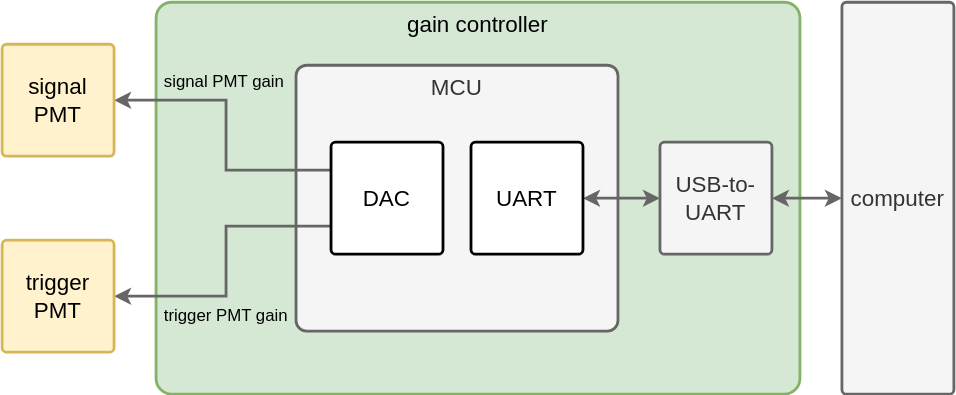
Earlier version of the draw.io export docs/system-architecture.svg (BMW-lab-MSU/wingbeat-modulation-lidar-pmt-gain-controller). Source tidied: cells renumbered, new cells last; positions are measured from the earlier drawing's top-left corner, leaving out a move shared by most shapes. Its diagram source:
```xml
<mxGraphModel>
  <root>
    <mxCell id="0" />
    <mxCell id="1" parent="0" />
    <mxCell id="2" value="gain controller" style="rounded=1;whiteSpace=wrap;html=1;verticalAlign=top;strokeWidth=2;fontFamily=Helvetica;arcSize=4;fontSize=16;fontStyle=0;fillColor=#d5e8d4;strokeColor=#82b366;" parent="1" vertex="1">
      <mxGeometry x="110" width="460" height="280" as="geometry" />
    </mxCell>
    <mxCell id="3" value="MCU" style="rounded=1;whiteSpace=wrap;html=1;labelPosition=center;verticalLabelPosition=middle;align=center;verticalAlign=top;strokeWidth=2;fontFamily=Helvetica;arcSize=4;fontSize=16;fontStyle=0;fillColor=#f5f5f5;strokeColor=#666666;fontColor=#333333;" parent="1" vertex="1">
      <mxGeometry x="210" y="45" width="230" height="190" as="geometry" />
    </mxCell>
    <mxCell id="4" style="edgeStyle=orthogonalEdgeStyle;rounded=0;jettySize=auto;html=1;exitX=0;exitY=0.5;exitDx=0;exitDy=0;entryX=1;entryY=0.5;entryDx=0;entryDy=0;startArrow=classic;startFill=1;strokeWidth=2;fontFamily=Helvetica;arcSize=4;fontSize=12;strokeColor=#666666;" parent="1" edge="1" source="5" target="11">
      <mxGeometry relative="1" as="geometry" />
    </mxCell>
    <mxCell id="5" value="USB-to-UART" style="rounded=1;whiteSpace=wrap;html=1;strokeWidth=2;fontFamily=Helvetica;arcSize=4;fontSize=16;fontStyle=0;fillColor=#f5f5f5;fontColor=#333333;strokeColor=#666666;" parent="1" vertex="1">
      <mxGeometry x="470" y="100" width="80" height="80" as="geometry" />
    </mxCell>
    <mxCell id="6" style="edgeStyle=orthogonalEdgeStyle;rounded=0;jettySize=auto;html=1;exitX=0;exitY=0.5;exitDx=0;exitDy=0;entryX=1;entryY=0.5;entryDx=0;entryDy=0;labelBackgroundColor=none;startArrow=classic;startFill=1;strokeWidth=2;fontFamily=Helvetica;arcSize=4;fontSize=12;strokeColor=#666666;" parent="1" edge="1" source="7" target="5">
      <mxGeometry relative="1" as="geometry" />
    </mxCell>
    <mxCell id="7" value="computer" style="rounded=1;whiteSpace=wrap;html=1;strokeWidth=2;fontFamily=Helvetica;arcSize=4;fontSize=16;fontStyle=0;fillColor=#f5f5f5;fontColor=#333333;strokeColor=#666666;" parent="1" vertex="1">
      <mxGeometry x="600" width="80" height="280" as="geometry" />
    </mxCell>
    <mxCell id="8" value="signal PMT gain" style="edgeStyle=orthogonalEdgeStyle;rounded=0;jettySize=auto;html=1;exitX=0;exitY=0.25;exitDx=0;exitDy=0;startArrow=none;startFill=0;align=left;labelPosition=left;verticalLabelPosition=top;verticalAlign=bottom;spacingRight=4;labelBackgroundColor=none;spacingBottom=4;strokeWidth=2;fontFamily=Helvetica;arcSize=4;fontSize=12;strokeColor=#666666;spacingLeft=4;entryX=1;entryY=0.5;entryDx=0;entryDy=0;" parent="1" edge="1" source="10" target="12">
      <mxGeometry x="0.71" relative="1" as="geometry">
        <Array as="points">
          <mxPoint x="160" y="120" />
          <mxPoint x="160" y="70" />
        </Array>
      </mxGeometry>
    </mxCell>
    <mxCell id="9" value="trigger PMT gain" style="edgeStyle=orthogonalEdgeStyle;rounded=0;jettySize=auto;html=1;exitX=0;exitY=0.75;exitDx=0;exitDy=0;startArrow=none;startFill=0;labelPosition=left;verticalLabelPosition=bottom;align=left;verticalAlign=top;spacingRight=4;labelBackgroundColor=none;strokeWidth=2;fontFamily=Helvetica;arcSize=4;fontSize=12;strokeColor=#666666;spacingLeft=4;entryX=1;entryY=0.5;entryDx=0;entryDy=0;" parent="1" edge="1" source="10" target="13">
      <mxGeometry x="0.71" relative="1" as="geometry">
        <Array as="points">
          <mxPoint x="160" y="160" />
          <mxPoint x="160" y="210" />
        </Array>
      </mxGeometry>
    </mxCell>
    <mxCell id="10" value="DAC" style="rounded=1;whiteSpace=wrap;html=1;strokeWidth=2;fontFamily=Helvetica;arcSize=4;fontSize=16;fontStyle=0;" parent="1" vertex="1">
      <mxGeometry x="235" y="100" width="80" height="80" as="geometry" />
    </mxCell>
    <mxCell id="11" value="UART" style="rounded=1;whiteSpace=wrap;html=1;strokeWidth=2;fontFamily=Helvetica;arcSize=4;fontSize=16;fontStyle=0;" parent="1" vertex="1">
      <mxGeometry x="335" y="100" width="80" height="80" as="geometry" />
    </mxCell>
    <mxCell id="12" value="signal&lt;br&gt;PMT" style="rounded=1;whiteSpace=wrap;html=1;strokeWidth=2;fontFamily=Helvetica;arcSize=4;fontSize=16;fontStyle=0;fillColor=#fff2cc;strokeColor=#d6b656;" parent="1" vertex="1">
      <mxGeometry y="30" width="80" height="80" as="geometry" />
    </mxCell>
    <mxCell id="13" value="trigger&lt;br&gt;PMT" style="rounded=1;whiteSpace=wrap;html=1;strokeWidth=2;fontFamily=Helvetica;arcSize=4;fontSize=16;fontStyle=0;fillColor=#fff2cc;strokeColor=#d6b656;" parent="1" vertex="1">
      <mxGeometry y="170" width="80" height="80" as="geometry" />
    </mxCell>
  </root>
</mxGraphModel>
```
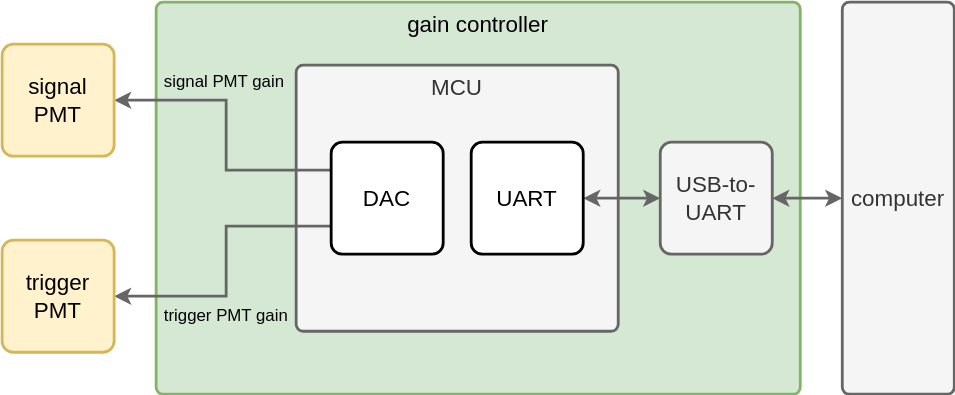
Above is the later version.

Commit message:
use absolute arc size in diagram

Diff of the diagram source:
```diff
@@ -2,25 +2,25 @@
   <root>
     <mxCell id="0" />
     <mxCell id="1" parent="0" />
-    <mxCell id="2" value="gain controller" style="rounded=1;whiteSpace=wrap;html=1;verticalAlign=top;strokeWidth=2;fontFamily=Helvetica;arcSize=4;fontSize=16;fontStyle=0;fillColor=#d5e8d4;strokeColor=#82b366;" parent="1" vertex="1">
+    <mxCell id="2" value="gain controller" style="rounded=1;whiteSpace=wrap;html=1;verticalAlign=top;strokeWidth=2;fontFamily=Helvetica;arcSize=10;fontSize=16;fontStyle=0;fillColor=#d5e8d4;strokeColor=#82b366;absoluteArcSize=1;" parent="1" vertex="1">
       <mxGeometry x="110" width="460" height="280" as="geometry" />
     </mxCell>
-    <mxCell id="3" value="MCU" style="rounded=1;whiteSpace=wrap;html=1;labelPosition=center;verticalLabelPosition=middle;align=center;verticalAlign=top;strokeWidth=2;fontFamily=Helvetica;arcSize=4;fontSize=16;fontStyle=0;fillColor=#f5f5f5;strokeColor=#666666;fontColor=#333333;" parent="1" vertex="1">
+    <mxCell id="3" value="MCU" style="rounded=1;whiteSpace=wrap;html=1;labelPosition=center;verticalLabelPosition=middle;align=center;verticalAlign=top;strokeWidth=2;fontFamily=Helvetica;arcSize=10;fontSize=16;fontStyle=0;fillColor=#f5f5f5;strokeColor=#666666;fontColor=#333333;absoluteArcSize=1;" parent="1" vertex="1">
       <mxGeometry x="210" y="45" width="230" height="190" as="geometry" />
     </mxCell>
-    <mxCell id="4" style="edgeStyle=orthogonalEdgeStyle;rounded=0;jettySize=auto;html=1;exitX=0;exitY=0.5;exitDx=0;exitDy=0;entryX=1;entryY=0.5;entryDx=0;entryDy=0;startArrow=classic;startFill=1;strokeWidth=2;fontFamily=Helvetica;arcSize=4;fontSize=12;strokeColor=#666666;" parent="1" edge="1" source="5" target="11">
+    <mxCell id="4" style="edgeStyle=orthogonalEdgeStyle;rounded=0;jettySize=auto;html=1;exitX=0;exitY=0.5;exitDx=0;exitDy=0;entryX=1;entryY=0.5;entryDx=0;entryDy=0;startArrow=classic;startFill=1;strokeWidth=2;fontFamily=Helvetica;arcSize=10;fontSize=12;strokeColor=#666666;" parent="1" edge="1" source="5" target="11">
       <mxGeometry relative="1" as="geometry" />
     </mxCell>
-    <mxCell id="5" value="USB-to-UART" style="rounded=1;whiteSpace=wrap;html=1;strokeWidth=2;fontFamily=Helvetica;arcSize=4;fontSize=16;fontStyle=0;fillColor=#f5f5f5;fontColor=#333333;strokeColor=#666666;" parent="1" vertex="1">
+    <mxCell id="5" value="USB-to-UART" style="rounded=1;whiteSpace=wrap;html=1;strokeWidth=2;fontFamily=Helvetica;arcSize=10;fontSize=16;fontStyle=0;fillColor=#f5f5f5;fontColor=#333333;strokeColor=#666666;" parent="1" vertex="1">
       <mxGeometry x="470" y="100" width="80" height="80" as="geometry" />
     </mxCell>
-    <mxCell id="6" style="edgeStyle=orthogonalEdgeStyle;rounded=0;jettySize=auto;html=1;exitX=0;exitY=0.5;exitDx=0;exitDy=0;entryX=1;entryY=0.5;entryDx=0;entryDy=0;labelBackgroundColor=none;startArrow=classic;startFill=1;strokeWidth=2;fontFamily=Helvetica;arcSize=4;fontSize=12;strokeColor=#666666;" parent="1" edge="1" source="7" target="5">
+    <mxCell id="6" style="edgeStyle=orthogonalEdgeStyle;rounded=0;jettySize=auto;html=1;exitX=0;exitY=0.5;exitDx=0;exitDy=0;entryX=1;entryY=0.5;entryDx=0;entryDy=0;labelBackgroundColor=none;startArrow=classic;startFill=1;strokeWidth=2;fontFamily=Helvetica;arcSize=10;fontSize=12;strokeColor=#666666;" parent="1" edge="1" source="7" target="5">
       <mxGeometry relative="1" as="geometry" />
     </mxCell>
-    <mxCell id="7" value="computer" style="rounded=1;whiteSpace=wrap;html=1;strokeWidth=2;fontFamily=Helvetica;arcSize=4;fontSize=16;fontStyle=0;fillColor=#f5f5f5;fontColor=#333333;strokeColor=#666666;" parent="1" vertex="1">
+    <mxCell id="7" value="computer" style="rounded=1;whiteSpace=wrap;html=1;strokeWidth=2;fontFamily=Helvetica;arcSize=10;fontSize=16;fontStyle=0;fillColor=#f5f5f5;fontColor=#333333;strokeColor=#666666;absoluteArcSize=1;" parent="1" vertex="1">
       <mxGeometry x="600" width="80" height="280" as="geometry" />
     </mxCell>
-    <mxCell id="8" value="signal PMT gain" style="edgeStyle=orthogonalEdgeStyle;rounded=0;jettySize=auto;html=1;exitX=0;exitY=0.25;exitDx=0;exitDy=0;startArrow=none;startFill=0;align=left;labelPosition=left;verticalLabelPosition=top;verticalAlign=bottom;spacingRight=4;labelBackgroundColor=none;spacingBottom=4;strokeWidth=2;fontFamily=Helvetica;arcSize=4;fontSize=12;strokeColor=#666666;spacingLeft=4;entryX=1;entryY=0.5;entryDx=0;entryDy=0;" parent="1" edge="1" source="10" target="12">
+    <mxCell id="8" value="signal PMT gain" style="edgeStyle=orthogonalEdgeStyle;rounded=0;jettySize=auto;html=1;exitX=0;exitY=0.25;exitDx=0;exitDy=0;startArrow=none;startFill=0;align=left;labelPosition=left;verticalLabelPosition=top;verticalAlign=bottom;spacingRight=4;labelBackgroundColor=none;spacingBottom=4;strokeWidth=2;fontFamily=Helvetica;arcSize=10;fontSize=12;strokeColor=#666666;spacingLeft=4;entryX=1;entryY=0.5;entryDx=0;entryDy=0;" parent="1" edge="1" source="10" target="12">
       <mxGeometry x="0.71" relative="1" as="geometry">
         <Array as="points">
           <mxPoint x="160" y="120" />
@@ -28,7 +28,7 @@
         </Array>
       </mxGeometry>
     </mxCell>
-    <mxCell id="9" value="trigger PMT gain" style="edgeStyle=orthogonalEdgeStyle;rounded=0;jettySize=auto;html=1;exitX=0;exitY=0.75;exitDx=0;exitDy=0;startArrow=none;startFill=0;labelPosition=left;verticalLabelPosition=bottom;align=left;verticalAlign=top;spacingRight=4;labelBackgroundColor=none;strokeWidth=2;fontFamily=Helvetica;arcSize=4;fontSize=12;strokeColor=#666666;spacingLeft=4;entryX=1;entryY=0.5;entryDx=0;entryDy=0;" parent="1" edge="1" source="10" target="13">
+    <mxCell id="9" value="trigger PMT gain" style="edgeStyle=orthogonalEdgeStyle;rounded=0;jettySize=auto;html=1;exitX=0;exitY=0.75;exitDx=0;exitDy=0;startArrow=none;startFill=0;labelPosition=left;verticalLabelPosition=bottom;align=left;verticalAlign=top;spacingRight=4;labelBackgroundColor=none;strokeWidth=2;fontFamily=Helvetica;arcSize=10;fontSize=12;strokeColor=#666666;spacingLeft=4;entryX=1;entryY=0.5;entryDx=0;entryDy=0;" parent="1" edge="1" source="10" target="13">
       <mxGeometry x="0.71" relative="1" as="geometry">
         <Array as="points">
           <mxPoint x="160" y="160" />
@@ -36,16 +36,16 @@
         </Array>
       </mxGeometry>
     </mxCell>
-    <mxCell id="10" value="DAC" style="rounded=1;whiteSpace=wrap;html=1;strokeWidth=2;fontFamily=Helvetica;arcSize=4;fontSize=16;fontStyle=0;" parent="1" vertex="1">
+    <mxCell id="10" value="DAC" style="rounded=1;whiteSpace=wrap;html=1;strokeWidth=2;fontFamily=Helvetica;arcSize=10;fontSize=16;fontStyle=0;" parent="1" vertex="1">
       <mxGeometry x="235" y="100" width="80" height="80" as="geometry" />
     </mxCell>
-    <mxCell id="11" value="UART" style="rounded=1;whiteSpace=wrap;html=1;strokeWidth=2;fontFamily=Helvetica;arcSize=4;fontSize=16;fontStyle=0;" parent="1" vertex="1">
+    <mxCell id="11" value="UART" style="rounded=1;whiteSpace=wrap;html=1;strokeWidth=2;fontFamily=Helvetica;arcSize=10;fontSize=16;fontStyle=0;" parent="1" vertex="1">
       <mxGeometry x="335" y="100" width="80" height="80" as="geometry" />
     </mxCell>
-    <mxCell id="12" value="signal&lt;br&gt;PMT" style="rounded=1;whiteSpace=wrap;html=1;strokeWidth=2;fontFamily=Helvetica;arcSize=4;fontSize=16;fontStyle=0;fillColor=#fff2cc;strokeColor=#d6b656;" parent="1" vertex="1">
+    <mxCell id="12" value="signal&lt;br&gt;PMT" style="rounded=1;whiteSpace=wrap;html=1;strokeWidth=2;fontFamily=Helvetica;arcSize=10;fontSize=16;fontStyle=0;fillColor=#fff2cc;strokeColor=#d6b656;" parent="1" vertex="1">
       <mxGeometry y="30" width="80" height="80" as="geometry" />
     </mxCell>
-    <mxCell id="13" value="trigger&lt;br&gt;PMT" style="rounded=1;whiteSpace=wrap;html=1;strokeWidth=2;fontFamily=Helvetica;arcSize=4;fontSize=16;fontStyle=0;fillColor=#fff2cc;strokeColor=#d6b656;" parent="1" vertex="1">
+    <mxCell id="13" value="trigger&lt;br&gt;PMT" style="rounded=1;whiteSpace=wrap;html=1;strokeWidth=2;fontFamily=Helvetica;arcSize=10;fontSize=16;fontStyle=0;fillColor=#fff2cc;strokeColor=#d6b656;" parent="1" vertex="1">
       <mxGeometry y="170" width="80" height="80" as="geometry" />
     </mxCell>
   </root>
```
